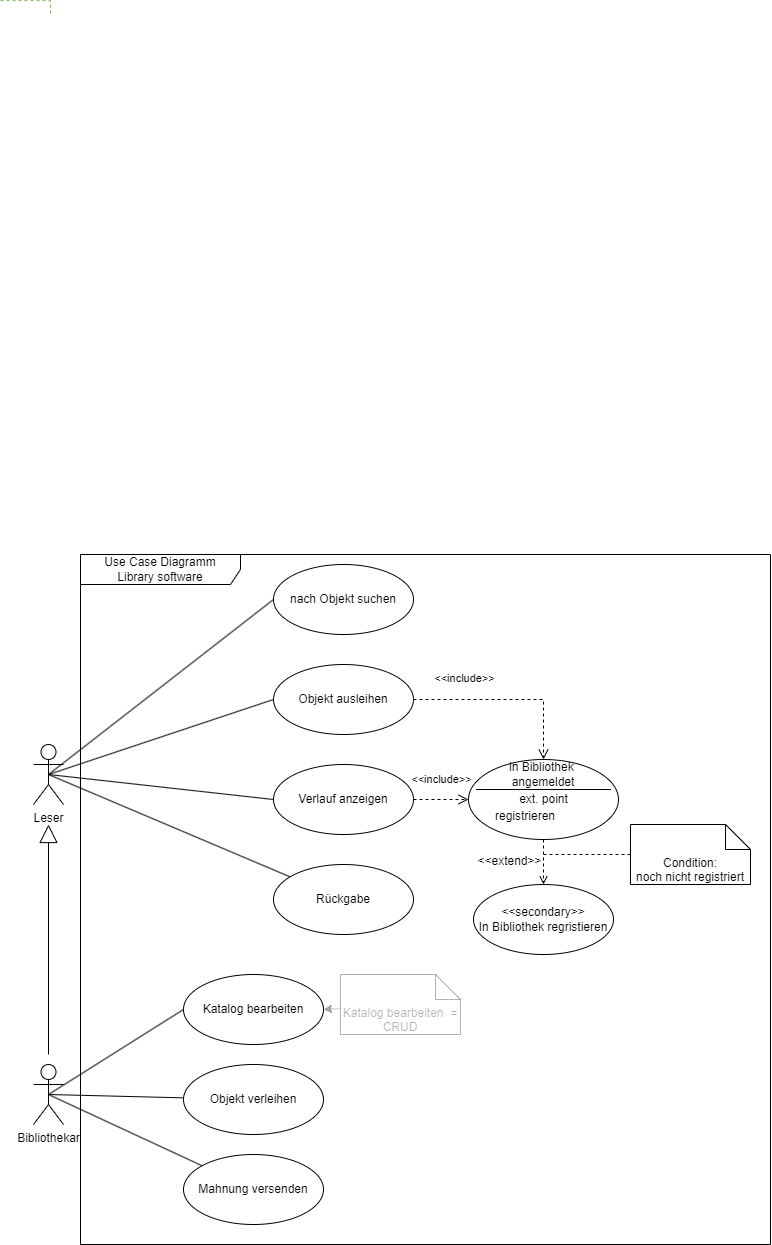
Earlier version of the draw.io export use-case_library_fin.png (sol-hatebad/buechereiverwaltung). Source tidied: cells renumbered, new cells last; positions are measured from the earlier drawing's top-left corner, leaving out a move shared by most shapes.
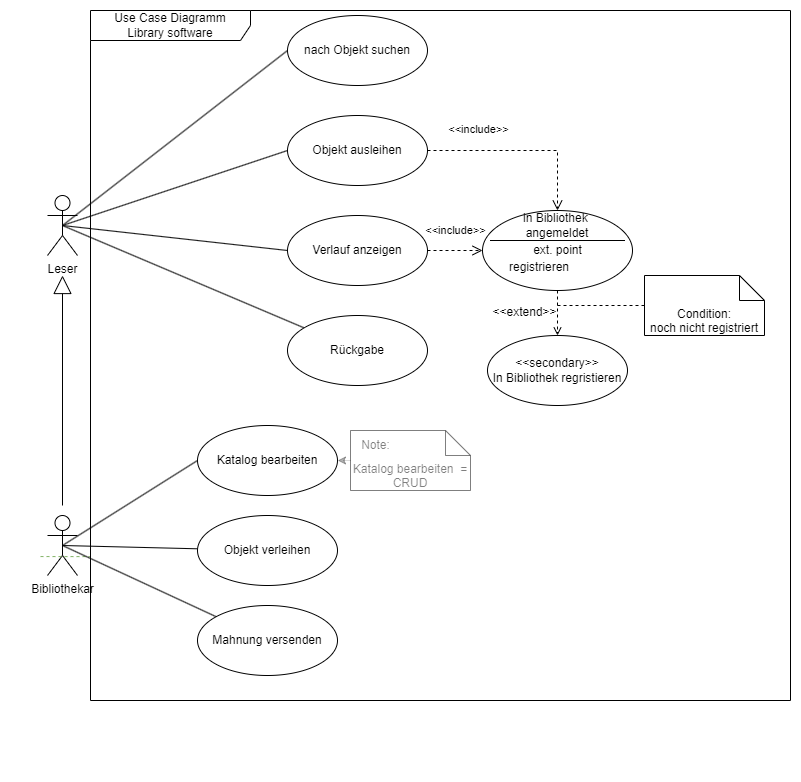
Later version of the same file.

Commit message:
darstellungsfehler behoben

Change to the diagram source:
```diff
@@ -2,6 +2,9 @@
   <root>
     <mxCell id="0" />
     <mxCell id="1" parent="0" />
+    <mxCell id="34" style="rounded=0;whiteSpace=wrap;html=1;strokeColor=none;fontFamily=Helvetica;fontSize=12;fontColor=default;fillColor=default;" parent="1" vertex="1">
+      <mxGeometry x="-4" y="559" width="780" height="760" as="geometry" />
+    </mxCell>
     <mxCell id="2" value="Leser" style="shape=umlActor;verticalLabelPosition=bottom;verticalAlign=top;html=1;" parent="1" vertex="1">
       <mxGeometry x="33" y="744" width="30" height="60" as="geometry" />
     </mxCell>
@@ -51,10 +54,10 @@
     </mxCell>
     <mxCell id="17" style="edgeStyle=orthogonalEdgeStyle;rounded=0;orthogonalLoop=1;jettySize=auto;html=1;endArrow=none;endFill=0;dashed=1;fillColor=#d5e8d4;strokeColor=#82b366;" parent="1" edge="1">
       <mxGeometry relative="1" as="geometry">
-        <mxPoint y="0.1" as="sourcePoint" />
-        <mxPoint x="50" y="14" as="targetPoint" />
+        <mxPoint x="26" y="1105.1" as="sourcePoint" />
+        <mxPoint x="76" y="1119" as="targetPoint" />
         <Array as="points">
-          <mxPoint x="50" />
+          <mxPoint x="76" y="1105" />
         </Array>
       </mxGeometry>
     </mxCell>
@@ -104,12 +107,15 @@
     <mxCell id="30" value="Condition:&lt;br&gt;noch nicht registriert" style="shape=note2;boundedLbl=1;whiteSpace=wrap;html=1;size=25;verticalAlign=top;align=center;" parent="1" vertex="1">
       <mxGeometry x="630" y="824" width="120" height="60" as="geometry" />
     </mxCell>
-    <mxCell id="31" value="Use Case Diagramm&lt;br&gt;Library software" style="shape=umlFrame;whiteSpace=wrap;html=1;width=160;strokeColor=default;fontFamily=Helvetica;fontSize=12;fontColor=default;fillColor=default;" parent="1" vertex="1">
-      <mxGeometry x="80" y="554" width="690" height="690" as="geometry" />
+    <mxCell id="31" value="Use Case Diagramm&lt;br&gt;Library software" style="shape=umlFrame;whiteSpace=wrap;html=1;width=160;strokeColor=default;fontFamily=Helvetica;fontSize=12;fontColor=default;fillColor=#FFFFFF;" parent="1" vertex="1">
+      <mxGeometry x="76" y="559" width="700" height="690" as="geometry" />
     </mxCell>
-    <mxCell id="32" value="Katalog bearbeiten&amp;nbsp; = CRUD" style="shape=note2;boundedLbl=1;whiteSpace=wrap;html=1;size=25;verticalAlign=top;align=center;opacity=30;textOpacity=30;" parent="31" vertex="1">
+    <mxCell id="32" value="Katalog bearbeiten&amp;nbsp; = CRUD" style="shape=note2;boundedLbl=1;whiteSpace=wrap;html=1;size=25;verticalAlign=top;align=center;opacity=50;textOpacity=50;" parent="31" vertex="1">
       <mxGeometry x="260" y="420" width="120" height="60" as="geometry" />
     </mxCell>
+    <mxCell id="35" value="Note:" style="text;html=1;align=center;verticalAlign=middle;strokeColor=none;fillColor=none;fontSize=12;fontFamily=Helvetica;fontColor=default;textOpacity=50;" parent="31" vertex="1">
+      <mxGeometry x="260" y="420" width="50" height="30" as="geometry" />
+    </mxCell>
     <mxCell id="33" style="rounded=0;jettySize=auto;html=1;entryX=1;entryY=0.5;entryDx=0;entryDy=0;fontFamily=Helvetica;fontSize=12;fontColor=default;dashed=1;dashPattern=1 1;opacity=30;" parent="1" edge="1" source="32" target="18">
       <mxGeometry relative="1" as="geometry" />
     </mxCell>
```
